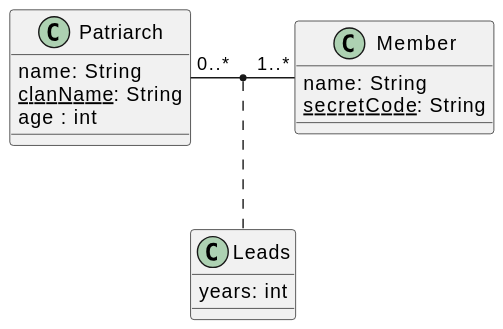
The PlantUML diagram programming-languages/databases/relational/_knowledge/_uml/rule2.svg in QuentinRa/blog.quentinra.dev, before a commit.
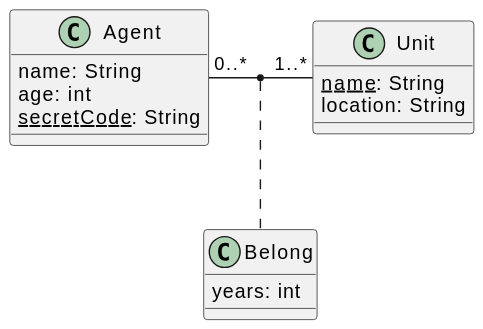
After the commit.

What changed in the source:
```diff
@@ -1,19 +1,19 @@
 @startuml
-class Patriarch {
-    name: String
-    <u>clanName</u>: String
-    age : int
+class Agent {
+  name: String
+  age: int
+  <u>secretCode</u>: String
 }
 
-class Member {
-    name: String
-    <u>secretCode</u>: String
+class Unit {
+    <u>name</u>: String
+    location: String
 }
 
-Patriarch "0..*" - "1..*" Member
-(Patriarch, Member) "*" .. "*" Leads
+Agent "0..*" - "1..*" Unit
+(Agent, Unit) "*" .. "*" Belong
 
-class Leads {
+class Belong {
     years: int
 }
 @enduml
```
